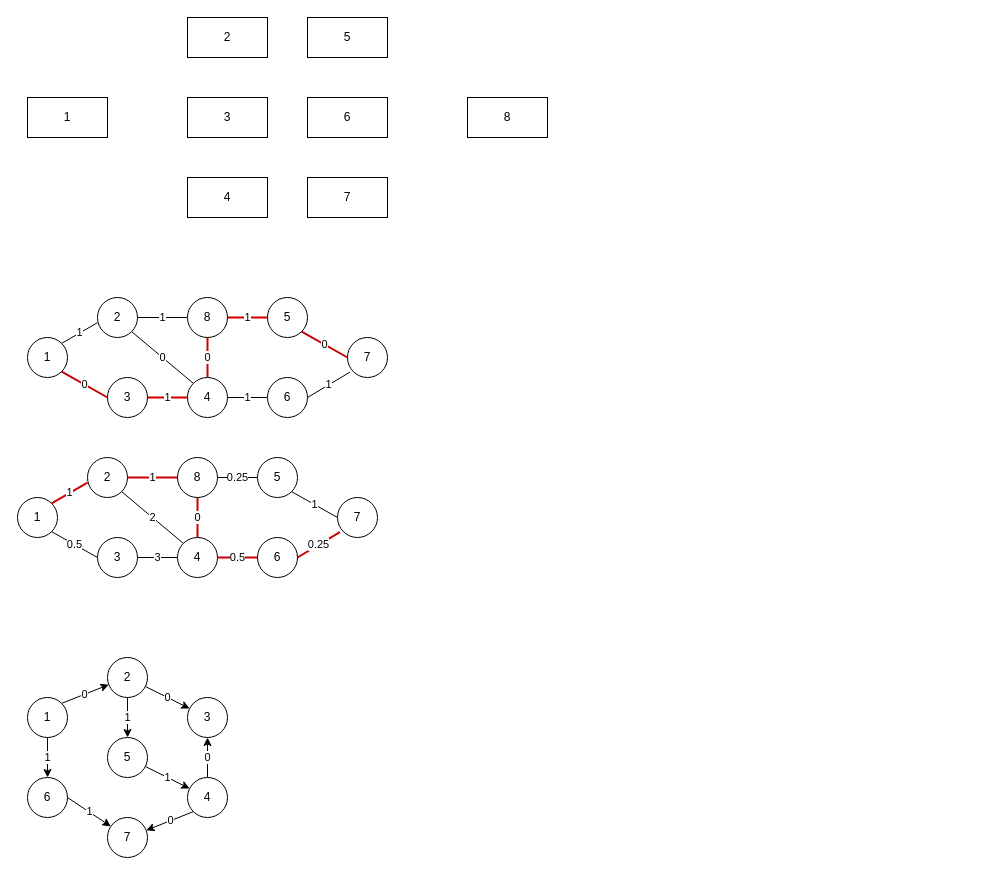
Igorok/algorithms-js keeps this draw.io diagram as graph/ribs.drawio. Above is the earlier version. Source tidied: cells renumbered, new cells numbered last; positions are measured from the earlier drawing's top-left corner, leaving out a move shared by most shapes. Both pictures are drawn from the tidied source at 100%, with x=0, y=0 at pixel (17, 17).
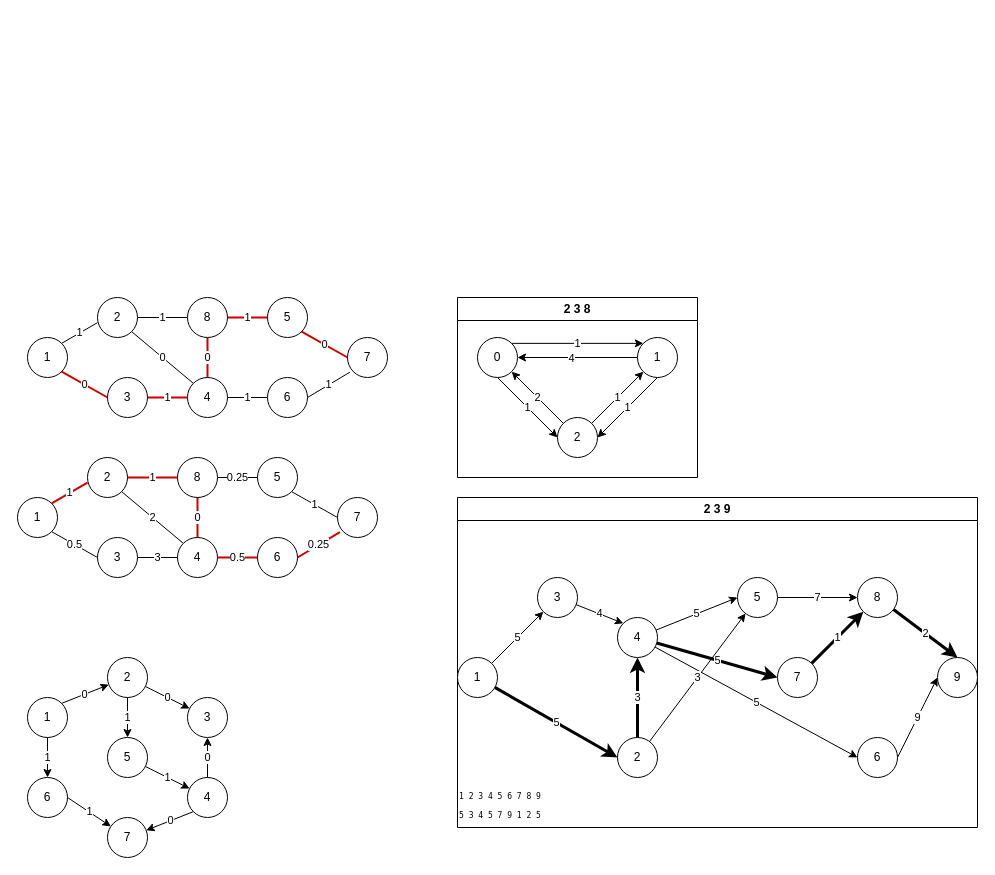
The same diagram, later.

What changed in the source:
```diff
@@
-    <mxCell id="2" value="1" style="rounded=0;whiteSpace=wrap;html=1;" parent="1" vertex="1">
-      <mxGeometry x="10" y="80" width="80" height="40" as="geometry" />
-    </mxCell>
-    <mxCell id="3" value="2" style="rounded=0;whiteSpace=wrap;html=1;" parent="1" vertex="1">
-      <mxGeometry x="170" width="80" height="40" as="geometry" />
-    </mxCell>
-    <mxCell id="4" value="3" style="rounded=0;whiteSpace=wrap;html=1;" parent="1" vertex="1">
-      <mxGeometry x="170" y="80" width="80" height="40" as="geometry" />
-    </mxCell>
-    <mxCell id="5" value="4" style="rounded=0;whiteSpace=wrap;html=1;" parent="1" vertex="1">
-      <mxGeometry x="170" y="160" width="80" height="40" as="geometry" />
-    </mxCell>
-    <mxCell id="6" value="5" style="rounded=0;whiteSpace=wrap;html=1;" parent="1" vertex="1">
-      <mxGeometry x="290" width="80" height="40" as="geometry" />
-    </mxCell>
-    <mxCell id="7" value="6" style="rounded=0;whiteSpace=wrap;html=1;" parent="1" vertex="1">
-      <mxGeometry x="290" y="80" width="80" height="40" as="geometry" />
-    </mxCell>
-    <mxCell id="8" value="7" style="rounded=0;whiteSpace=wrap;html=1;" parent="1" vertex="1">
-      <mxGeometry x="290" y="160" width="80" height="40" as="geometry" />
-    </mxCell>
-    <mxCell id="9" value="8" style="rounded=0;whiteSpace=wrap;html=1;" parent="1" vertex="1">
-      <mxGeometry x="450" y="80" width="80" height="40" as="geometry" />
-    </mxCell>
@@
+    <mxCell id="62" value="2 3 8" style="swimlane;whiteSpace=wrap;html=1;" parent="1" vertex="1">
+      <mxGeometry x="440" y="280" width="240" height="180" as="geometry" />
+    </mxCell>
+    <mxCell id="63" value="1" style="edgeStyle=none;html=1;exitX=1;exitY=0;exitDx=0;exitDy=0;entryX=0;entryY=0;entryDx=0;entryDy=0;" parent="62" edge="1" source="65" target="69">
+      <mxGeometry relative="1" as="geometry" />
+    </mxCell>
+    <mxCell id="64" value="1" style="edgeStyle=none;html=1;exitX=0.5;exitY=1;exitDx=0;exitDy=0;entryX=0;entryY=0.5;entryDx=0;entryDy=0;" parent="62" edge="1" source="65" target="72">
+      <mxGeometry relative="1" as="geometry" />
+    </mxCell>
+    <mxCell id="65" value="0" style="ellipse;whiteSpace=wrap;html=1;" parent="62" vertex="1">
+      <mxGeometry x="20" y="40" width="40" height="40" as="geometry" />
+    </mxCell>
+    <mxCell id="66" style="edgeStyle=none;html=1;entryX=1;entryY=0.5;entryDx=0;entryDy=0;" parent="62" edge="1" source="69" target="65">
+      <mxGeometry relative="1" as="geometry" />
+    </mxCell>
+    <mxCell id="67" value="4" style="edgeLabel;html=1;align=center;verticalAlign=middle;" parent="66" vertex="1">
+      <mxGeometry x="0.11" relative="1" as="geometry" />
+    </mxCell>
+    <mxCell id="68" value="1" style="edgeStyle=none;html=1;exitX=0.5;exitY=1;exitDx=0;exitDy=0;entryX=1;entryY=0.5;entryDx=0;entryDy=0;" parent="62" edge="1" source="69" target="72">
+      <mxGeometry relative="1" as="geometry" />
+    </mxCell>
+    <mxCell id="69" value="1" style="ellipse;whiteSpace=wrap;html=1;" parent="62" vertex="1">
+      <mxGeometry x="180" y="40" width="40" height="40" as="geometry" />
+    </mxCell>
+    <mxCell id="70" value="2" style="edgeStyle=none;html=1;exitX=0;exitY=0;exitDx=0;exitDy=0;entryX=1;entryY=1;entryDx=0;entryDy=0;" parent="62" edge="1" source="72" target="65">
+      <mxGeometry relative="1" as="geometry" />
+    </mxCell>
+    <mxCell id="71" value="1" style="edgeStyle=none;html=1;exitX=1;exitY=0;exitDx=0;exitDy=0;" parent="62" edge="1" source="72" target="69">
+      <mxGeometry relative="1" as="geometry" />
+    </mxCell>
+    <mxCell id="72" value="2" style="ellipse;whiteSpace=wrap;html=1;" parent="62" vertex="1">
+      <mxGeometry x="100" y="120" width="40" height="40" as="geometry" />
+    </mxCell>
+    <mxCell id="73" value="2 3 9" style="swimlane;whiteSpace=wrap;html=1;" parent="1" vertex="1">
+      <mxGeometry x="440" y="480" width="520" height="330" as="geometry" />
+    </mxCell>
+    <mxCell id="74" value="5" style="edgeStyle=none;html=1;" parent="73" edge="1" source="76" target="88">
+      <mxGeometry relative="1" as="geometry" />
+    </mxCell>
+    <mxCell id="75" value="5" style="edgeStyle=none;html=1;entryX=0;entryY=0.5;entryDx=0;entryDy=0;strokeWidth=3;" parent="73" edge="1" source="76" target="91">
+      <mxGeometry relative="1" as="geometry" />
+    </mxCell>
+    <mxCell id="76" value="1" style="ellipse;whiteSpace=wrap;html=1;" parent="73" vertex="1">
+      <mxGeometry y="160" width="40" height="40" as="geometry" />
+    </mxCell>
+    <mxCell id="77" value="2" style="edgeStyle=none;html=1;entryX=0.5;entryY=0;entryDx=0;entryDy=0;strokeWidth=3;" parent="73" edge="1" source="9" target="92">
+      <mxGeometry relative="1" as="geometry" />
+    </mxCell>
+    <mxCell id="9" value="8" style="ellipse;whiteSpace=wrap;html=1;" parent="73" vertex="1">
+      <mxGeometry x="400" y="80" width="40" height="40" as="geometry" />
+    </mxCell>
+    <mxCell id="78" value="1" style="edgeStyle=none;html=1;entryX=0;entryY=1;entryDx=0;entryDy=0;strokeWidth=3;" parent="73" edge="1" source="79" target="9">
+      <mxGeometry relative="1" as="geometry" />
+    </mxCell>
+    <mxCell id="79" value="7" style="ellipse;whiteSpace=wrap;html=1;" parent="73" vertex="1">
+      <mxGeometry x="320" y="160" width="40" height="40" as="geometry" />
+    </mxCell>
+    <mxCell id="80" value="9" style="edgeStyle=none;html=1;entryX=0;entryY=0.5;entryDx=0;entryDy=0;exitX=1;exitY=0.5;exitDx=0;exitDy=0;" parent="73" edge="1" source="7" target="92">
+      <mxGeometry relative="1" as="geometry" />
+    </mxCell>
+    <mxCell id="7" value="6" style="ellipse;whiteSpace=wrap;html=1;" parent="73" vertex="1">
+      <mxGeometry x="400" y="240" width="40" height="40" as="geometry" />
+    </mxCell>
+    <mxCell id="81" value="7" style="edgeStyle=none;html=1;entryX=0;entryY=0.5;entryDx=0;entryDy=0;" parent="73" edge="1" source="82" target="9">
+      <mxGeometry relative="1" as="geometry" />
+    </mxCell>
+    <mxCell id="82" value="5" style="ellipse;whiteSpace=wrap;html=1;" parent="73" vertex="1">
+      <mxGeometry x="280" y="80" width="40" height="40" as="geometry" />
+    </mxCell>
+    <mxCell id="83" value="5" style="edgeStyle=none;html=1;entryX=0;entryY=0.5;entryDx=0;entryDy=0;" parent="73" edge="1" source="86" target="82">
+      <mxGeometry relative="1" as="geometry" />
+    </mxCell>
+    <mxCell id="84" value="5" style="edgeStyle=none;html=1;entryX=0;entryY=0.5;entryDx=0;entryDy=0;" parent="73" edge="1" source="86" target="7">
+      <mxGeometry relative="1" as="geometry" />
+    </mxCell>
+    <mxCell id="85" value="5" style="edgeStyle=none;html=1;entryX=0;entryY=0.5;entryDx=0;entryDy=0;strokeWidth=3;" parent="73" edge="1" source="86" target="79">
+      <mxGeometry relative="1" as="geometry" />
+    </mxCell>
+    <mxCell id="86" value="4" style="ellipse;whiteSpace=wrap;html=1;" parent="73" vertex="1">
+      <mxGeometry x="160" y="120" width="40" height="40" as="geometry" />
+    </mxCell>
+    <mxCell id="87" value="4" style="edgeStyle=none;html=1;entryX=0;entryY=0;entryDx=0;entryDy=0;" parent="73" edge="1" source="88" target="86">
+      <mxGeometry relative="1" as="geometry" />
+    </mxCell>
+    <mxCell id="88" value="3" style="ellipse;whiteSpace=wrap;html=1;" parent="73" vertex="1">
+      <mxGeometry x="80" y="80" width="40" height="40" as="geometry" />
+    </mxCell>
+    <mxCell id="89" value="3" style="edgeStyle=none;html=1;entryX=0.5;entryY=1;entryDx=0;entryDy=0;strokeWidth=3;" parent="73" edge="1" source="91" target="86">
+      <mxGeometry relative="1" as="geometry" />
+    </mxCell>
+    <mxCell id="90" value="3" style="edgeStyle=none;html=1;" parent="73" edge="1" source="91" target="82">
+      <mxGeometry relative="1" as="geometry" />
+    </mxCell>
+    <mxCell id="91" value="2" style="ellipse;whiteSpace=wrap;html=1;" parent="73" vertex="1">
+      <mxGeometry x="160" y="240" width="40" height="40" as="geometry" />
+    </mxCell>
+    <mxCell id="92" value="9" style="ellipse;whiteSpace=wrap;html=1;" parent="73" vertex="1">
+      <mxGeometry x="480" y="160" width="40" height="40" as="geometry" />
+    </mxCell>
+    <mxCell id="93" value="&lt;div style=&quot;background-color: rgb(255, 255, 255); font-family: &amp;quot;Droid Sans Mono&amp;quot;, &amp;quot;monospace&amp;quot;, monospace; font-size: 8px; line-height: 19px;&quot;&gt;&lt;span style=&quot;font-size: 8px;&quot;&gt;1 2 3 4 5 6 7 8 9&lt;/span&gt;&lt;/div&gt;&lt;div style=&quot;background-color: rgb(255, 255, 255); font-family: &amp;quot;Droid Sans Mono&amp;quot;, &amp;quot;monospace&amp;quot;, monospace; font-size: 8px; line-height: 19px;&quot;&gt;&lt;span style=&quot;font-size: 8px;&quot;&gt;5 3 4 5 7 9 1 2 5&lt;/span&gt;&lt;/div&gt;" style="text;html=1;align=left;verticalAlign=bottom;strokeColor=none;fillColor=none;fontSize=8;fontColor=#000000;" parent="73" vertex="1">
+      <mxGeometry y="280" width="110" height="50" as="geometry" />
+    </mxCell>
```
